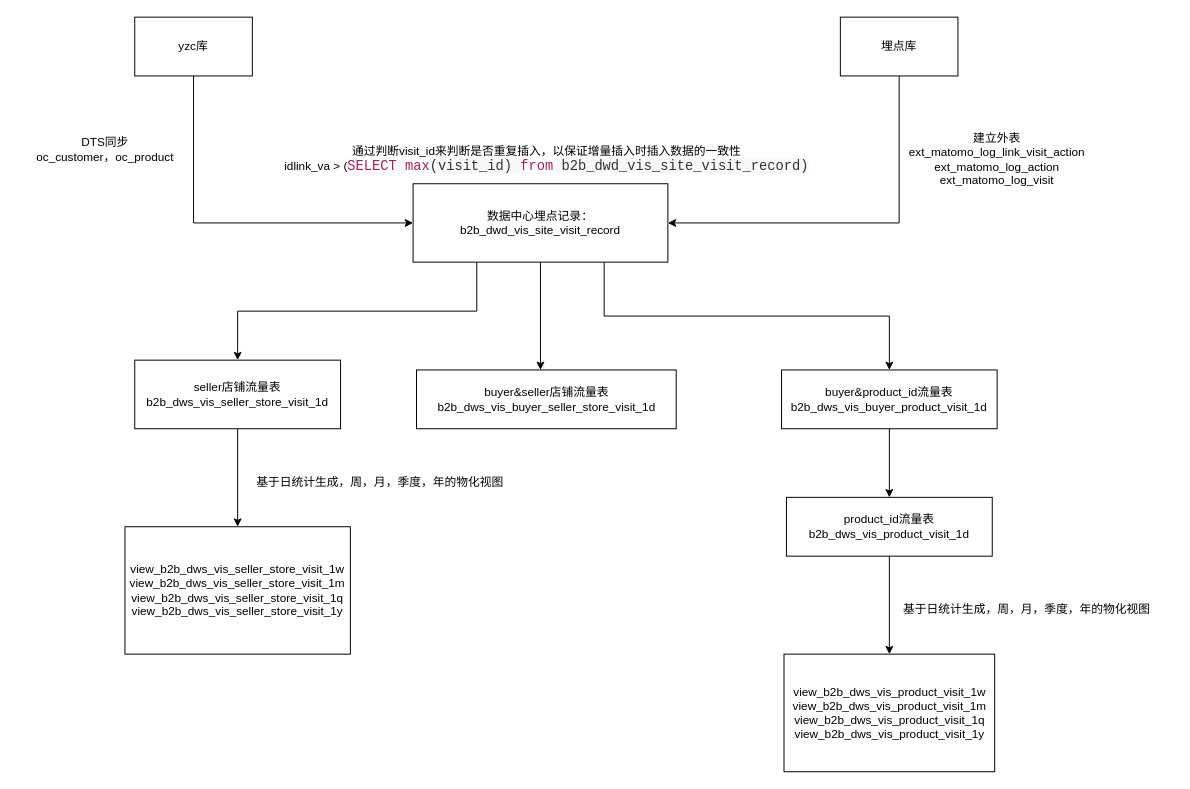
Before: 未命名绘图.drawio in realphp/note-book, a draw.io diagram. Source tidied: cells renumbered, new cells numbered last; positions are measured from the earlier drawing's top-left corner, leaving out a move shared by most shapes. Both pictures are drawn from the tidied source at 98%, with x=0, y=0 at pixel (17, 17).
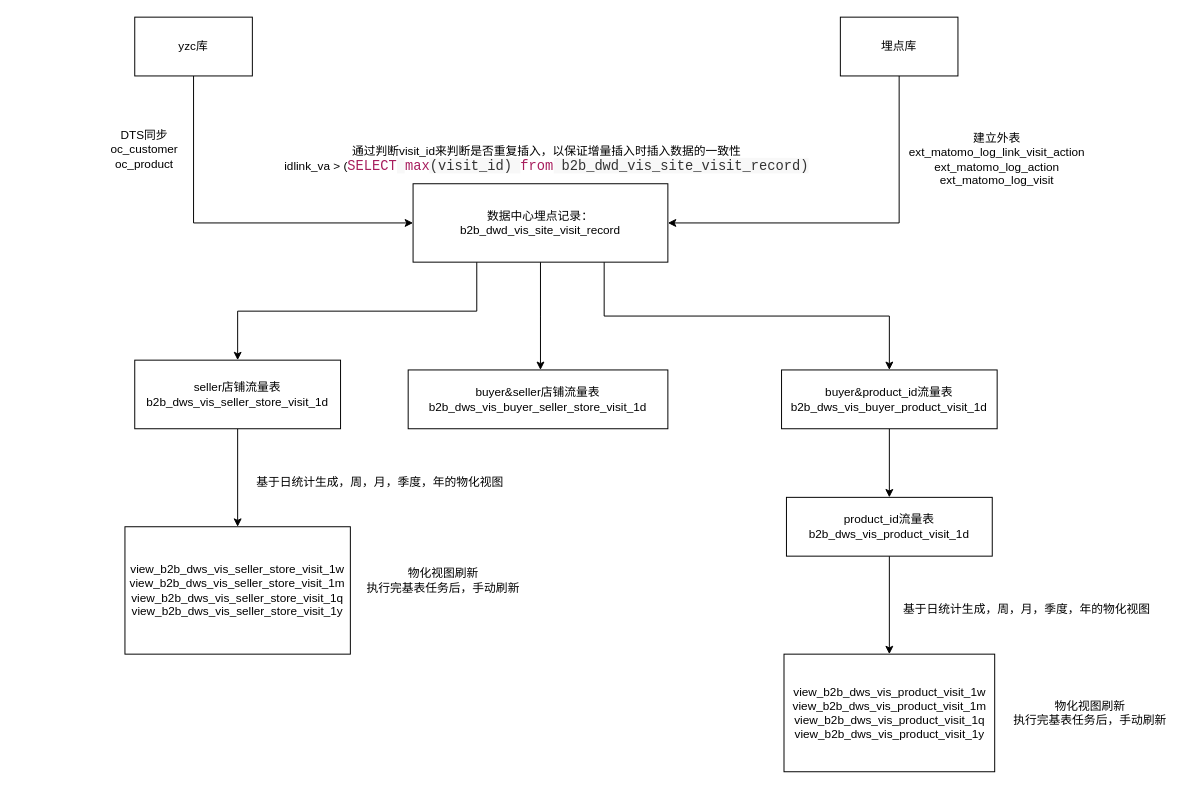
After the change.

Commit message:
更新未命名绘图.drawio

The edit, as a diff of the source:
```diff
@@
-    <mxCell id="10" value="DTS同步&lt;br&gt;oc_customer，oc_product" style="text;html=1;strokeColor=none;fillColor=none;align=center;verticalAlign=middle;whiteSpace=wrap;rounded=0;" parent="1" vertex="1">
-      <mxGeometry y="110" width="180" height="50" as="geometry" />
+    <mxCell id="10" value="DTS同步&lt;br&gt;oc_customer&lt;br&gt;oc_product" style="text;html=1;strokeColor=none;fillColor=none;align=center;verticalAlign=middle;whiteSpace=wrap;rounded=0;" parent="1" vertex="1">
+      <mxGeometry x="40" y="110" width="180" height="50" as="geometry" />
     </mxCell>
@@
     <mxCell id="13" value="buyer&amp;amp;seller店铺流量表&lt;br&gt;b2b_dws_vis_buyer_seller_store_visit_1d" style="rounded=0;whiteSpace=wrap;html=1;" parent="1" vertex="1">
-      <mxGeometry x="407.5" y="360" width="265" height="60" as="geometry" />
+      <mxGeometry x="399" y="360" width="265" height="60" as="geometry" />
     </mxCell>
@@
+    <mxCell id="24" value="物化视图刷新&lt;br&gt;执行完基表任务后，手动刷新" style="text;html=1;strokeColor=none;fillColor=none;align=center;verticalAlign=middle;whiteSpace=wrap;rounded=0;" parent="1" vertex="1">
+      <mxGeometry x="350" y="550" width="170" height="50" as="geometry" />
+    </mxCell>
+    <mxCell id="25" value="物化视图刷新&lt;br&gt;执行完基表任务后，手动刷新" style="text;html=1;strokeColor=none;fillColor=none;align=center;verticalAlign=middle;whiteSpace=wrap;rounded=0;" parent="1" vertex="1">
+      <mxGeometry x="1010" y="685" width="170" height="50" as="geometry" />
+    </mxCell>
```
